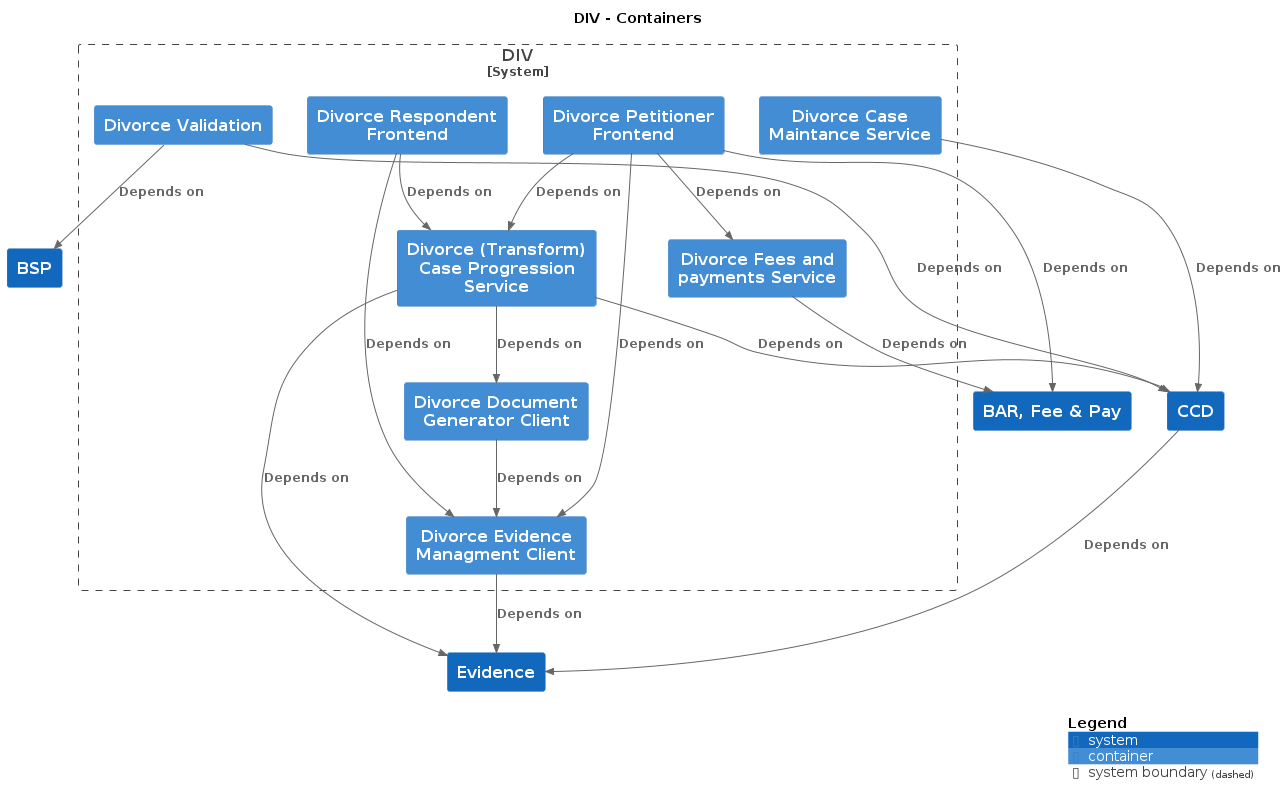
Before: docs/c4/div/images/structurizr-div-overview.png, a diagram exported from PlantUML (hmcts/cnp-api-docs).
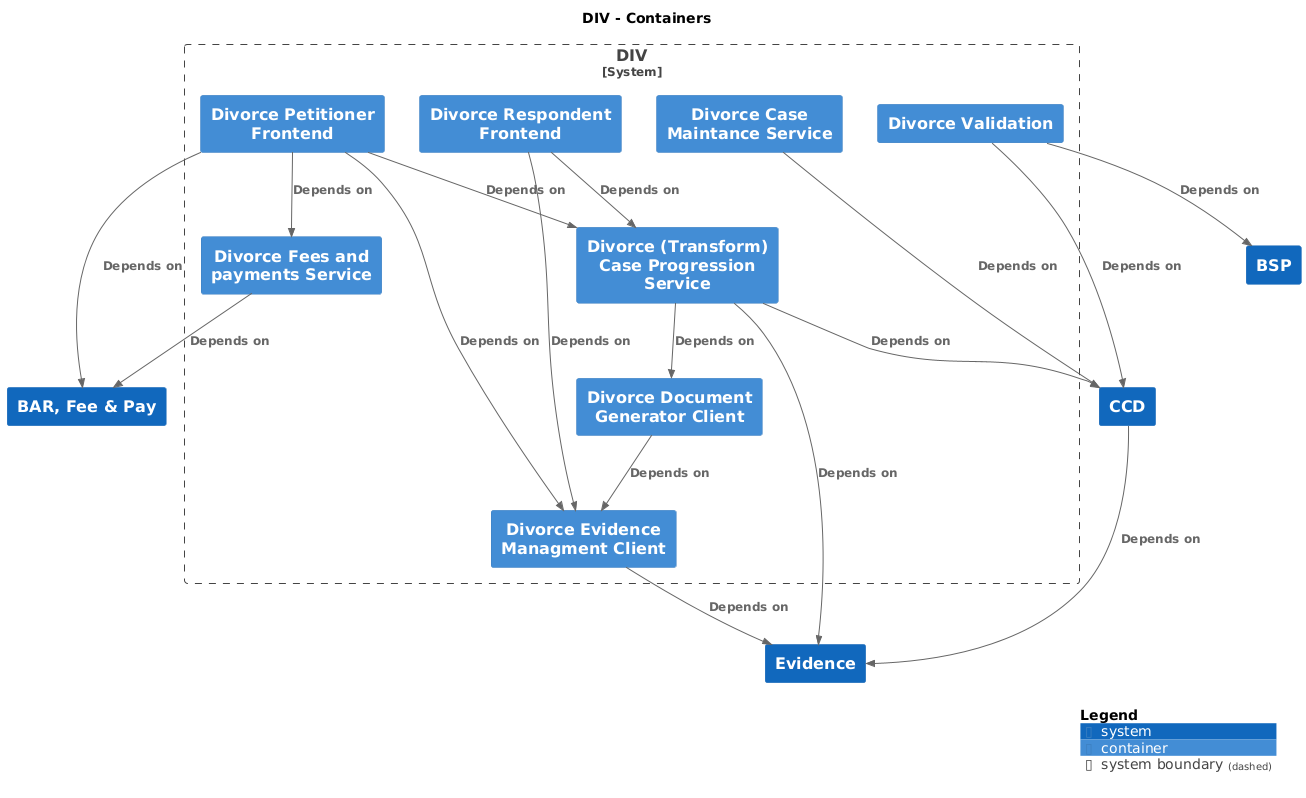
The same file after the commit.

Change to the diagram source:
```diff
@@ -8,10 +8,10 @@
 !include <C4/C4_Context>
 !include <C4/C4_Container>
 
+System(BARFeePay, "BAR, Fee & Pay", $descr="", $tags="", $link="")
+System(CCD, "CCD", $descr="", $tags="", $link="")
+System(Evidence, "Evidence", $descr="", $tags="", $link="")
 System(BSP, "BSP", $descr="", $tags="", $link="")
-System(CCD, "CCD", $descr="", $tags="", $link="")
-System(BARFeePay, "BAR, Fee & Pay", $descr="", $tags="", $link="")
-System(Evidence, "Evidence", $descr="", $tags="", $link="")
 
 System_Boundary("DIV_boundary", "DIV", $tags="") {
   Container(DIV.DivorceEvidenceManagmentClient, "Divorce Evidence Managment Client", $techn="", $descr="", $tags="", $link="")
@@ -24,22 +24,22 @@
   Container(DIV.DivorceValidation, "Divorce Validation", $techn="", $descr="", $tags="", $link="")
 }
 
-Rel_D(CCD, Evidence, "Depends on", $techn="", $tags="", $link="")
-Rel_D(DIV.DivorceEvidenceManagmentClient, Evidence, "Depends on", $techn="", $tags="", $link="")
-Rel_D(DIV.DivorceRespondentFrontend, DIV.DivorceTransformCaseProgressionService, "Depends on", $techn="", $tags="", $link="")
-Rel_D(DIV.DivorceRespondentFrontend, DIV.DivorceEvidenceManagmentClient, "Depends on", $techn="", $tags="", $link="")
-Rel_D(DIV.DivorcePetitionerFrontend, DIV.DivorceTransformCaseProgressionService, "Depends on", $techn="", $tags="", $link="")
-Rel_D(DIV.DivorcePetitionerFrontend, DIV.DivorceEvidenceManagmentClient, "Depends on", $techn="", $tags="", $link="")
-Rel_D(DIV.DivorcePetitionerFrontend, DIV.DivorceFeesandpaymentsService, "Depends on", $techn="", $tags="", $link="")
-Rel_D(DIV.DivorcePetitionerFrontend, BARFeePay, "Depends on", $techn="", $tags="", $link="")
-Rel_D(DIV.DivorceCaseMaintanceService, CCD, "Depends on", $techn="", $tags="", $link="")
-Rel_D(DIV.DivorceTransformCaseProgressionService, CCD, "Depends on", $techn="", $tags="", $link="")
-Rel_D(DIV.DivorceTransformCaseProgressionService, DIV.DivorceDocumentGeneratorClient, "Depends on", $techn="", $tags="", $link="")
-Rel_D(DIV.DivorceTransformCaseProgressionService, Evidence, "Depends on", $techn="", $tags="", $link="")
-Rel_D(DIV.DivorceDocumentGeneratorClient, DIV.DivorceEvidenceManagmentClient, "Depends on", $techn="", $tags="", $link="")
-Rel_D(DIV.DivorceFeesandpaymentsService, BARFeePay, "Depends on", $techn="", $tags="", $link="")
-Rel_D(DIV.DivorceValidation, CCD, "Depends on", $techn="", $tags="", $link="")
-Rel_D(DIV.DivorceValidation, BSP, "Depends on", $techn="", $tags="", $link="")
+Rel(CCD, Evidence, "Depends on", $techn="", $tags="", $link="")
+Rel(DIV.DivorceEvidenceManagmentClient, Evidence, "Depends on", $techn="", $tags="", $link="")
+Rel(DIV.DivorceRespondentFrontend, DIV.DivorceTransformCaseProgressionService, "Depends on", $techn="", $tags="", $link="")
+Rel(DIV.DivorceRespondentFrontend, DIV.DivorceEvidenceManagmentClient, "Depends on", $techn="", $tags="", $link="")
+Rel(DIV.DivorcePetitionerFrontend, DIV.DivorceTransformCaseProgressionService, "Depends on", $techn="", $tags="", $link="")
+Rel(DIV.DivorcePetitionerFrontend, DIV.DivorceEvidenceManagmentClient, "Depends on", $techn="", $tags="", $link="")
+Rel(DIV.DivorcePetitionerFrontend, DIV.DivorceFeesandpaymentsService, "Depends on", $techn="", $tags="", $link="")
+Rel(DIV.DivorcePetitionerFrontend, BARFeePay, "Depends on", $techn="", $tags="", $link="")
+Rel(DIV.DivorceCaseMaintanceService, CCD, "Depends on", $techn="", $tags="", $link="")
+Rel(DIV.DivorceTransformCaseProgressionService, CCD, "Depends on", $techn="", $tags="", $link="")
+Rel(DIV.DivorceTransformCaseProgressionService, DIV.DivorceDocumentGeneratorClient, "Depends on", $techn="", $tags="", $link="")
+Rel(DIV.DivorceTransformCaseProgressionService, Evidence, "Depends on", $techn="", $tags="", $link="")
+Rel(DIV.DivorceDocumentGeneratorClient, DIV.DivorceEvidenceManagmentClient, "Depends on", $techn="", $tags="", $link="")
+Rel(DIV.DivorceFeesandpaymentsService, BARFeePay, "Depends on", $techn="", $tags="", $link="")
+Rel(DIV.DivorceValidation, CCD, "Depends on", $techn="", $tags="", $link="")
+Rel(DIV.DivorceValidation, BSP, "Depends on", $techn="", $tags="", $link="")
 
 SHOW_DYNAMIC_LEGEND()
 @enduml
```
